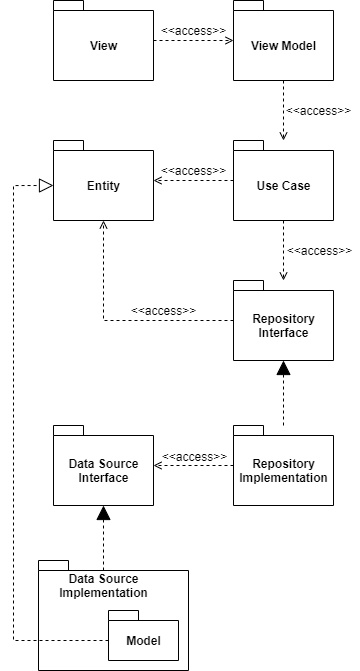
Before: docs/figuras/Diagrama de pacotes.png, a diagram exported from draw.io (Feggah/tcc). Source tidied: cells renumbered, new cells last; positions are measured from the earlier drawing's top-left corner, leaving out a move shared by most shapes. The source it was exported from:
```xml
<mxGraphModel>
  <root>
    <mxCell id="0" />
    <mxCell id="1" parent="0" />
    <mxCell id="2" style="edgeStyle=orthogonalEdgeStyle;rounded=0;jettySize=auto;html=1;dashed=1;endArrow=block;endFill=1;endSize=12;" parent="1" edge="1" source="4" target="20">
      <mxGeometry relative="1" as="geometry" />
    </mxCell>
    <mxCell id="3" style="edgeStyle=orthogonalEdgeStyle;rounded=0;jettySize=auto;html=1;dashed=1;endArrow=open;endFill=0;" parent="1" edge="1" source="4" target="5">
      <mxGeometry relative="1" as="geometry" />
    </mxCell>
    <mxCell id="4" value="Repository&lt;br&gt;Implementation" style="shape=folder;fontStyle=1;spacingTop=10;tabWidth=30;tabHeight=10;tabPosition=left;html=1;" parent="1" vertex="1">
      <mxGeometry x="220" y="425" width="100" height="80" as="geometry" />
    </mxCell>
    <mxCell id="5" value="Data Source&lt;br&gt;Interface" style="shape=folder;fontStyle=1;spacingTop=10;tabWidth=30;tabHeight=10;tabPosition=left;html=1;" parent="1" vertex="1">
      <mxGeometry x="40" y="425" width="100" height="80" as="geometry" />
    </mxCell>
    <mxCell id="6" style="shape=folder;fontStyle=1;spacingTop=10;tabWidth=30;tabHeight=10;tabPosition=left;html=1;" parent="1" vertex="1">
      <mxGeometry x="25" y="560" width="150" height="110" as="geometry" />
    </mxCell>
    <mxCell id="7" style="edgeStyle=orthogonalEdgeStyle;rounded=0;jettySize=auto;html=1;exitX=0;exitY=0;exitDx=0;exitDy=30;exitPerimeter=0;entryX=0;entryY=0;entryDx=0;entryDy=45;entryPerimeter=0;dashed=1;startArrow=none;startFill=0;endArrow=block;endFill=0;endSize=12;startSize=8;" parent="1" edge="1" source="8" target="18">
      <mxGeometry relative="1" as="geometry">
        <Array as="points">
          <mxPoint y="640" />
          <mxPoint y="185" />
        </Array>
      </mxGeometry>
    </mxCell>
    <mxCell id="8" value="Model" style="shape=folder;fontStyle=1;spacingTop=10;tabWidth=30;tabHeight=10;tabPosition=left;html=1;" parent="1" vertex="1">
      <mxGeometry x="95" y="610" width="70" height="50" as="geometry" />
    </mxCell>
    <mxCell id="9" style="edgeStyle=orthogonalEdgeStyle;rounded=0;jettySize=auto;html=1;dashed=1;endSize=12;endArrow=block;endFill=1;" parent="1" edge="1" source="10" target="5">
      <mxGeometry relative="1" as="geometry" />
    </mxCell>
    <mxCell id="10" value="&lt;b&gt;Data Source&lt;br&gt;Implementation&lt;/b&gt;" style="text;html=1;align=center;verticalAlign=middle;points=[];strokeColor=none;" parent="1" vertex="1">
      <mxGeometry x="40" y="570" width="100" height="30" as="geometry" />
    </mxCell>
    <mxCell id="11" style="edgeStyle=orthogonalEdgeStyle;rounded=0;jettySize=auto;html=1;dashed=1;endArrow=open;endFill=0;" parent="1" edge="1" source="12" target="14">
      <mxGeometry relative="1" as="geometry" />
    </mxCell>
    <mxCell id="12" value="View" style="shape=folder;fontStyle=1;spacingTop=10;tabWidth=30;tabHeight=10;tabPosition=left;html=1;" parent="1" vertex="1">
      <mxGeometry x="40" width="100" height="80" as="geometry" />
    </mxCell>
    <mxCell id="13" style="edgeStyle=orthogonalEdgeStyle;rounded=0;jettySize=auto;html=1;dashed=1;endArrow=open;endFill=0;" parent="1" edge="1" source="14" target="17">
      <mxGeometry relative="1" as="geometry" />
    </mxCell>
    <mxCell id="14" value="View Model" style="shape=folder;fontStyle=1;spacingTop=10;tabWidth=30;tabHeight=10;tabPosition=left;html=1;" parent="1" vertex="1">
      <mxGeometry x="220" width="100" height="80" as="geometry" />
    </mxCell>
    <mxCell id="15" style="edgeStyle=orthogonalEdgeStyle;rounded=0;jettySize=auto;html=1;dashed=1;endArrow=open;endFill=0;" parent="1" edge="1" source="17" target="18">
      <mxGeometry relative="1" as="geometry" />
    </mxCell>
    <mxCell id="16" style="edgeStyle=orthogonalEdgeStyle;rounded=0;jettySize=auto;html=1;dashed=1;endArrow=open;endFill=0;" parent="1" edge="1" source="17" target="20">
      <mxGeometry relative="1" as="geometry" />
    </mxCell>
    <mxCell id="17" value="Use Case" style="shape=folder;fontStyle=1;spacingTop=10;tabWidth=30;tabHeight=10;tabPosition=left;html=1;" parent="1" vertex="1">
      <mxGeometry x="220" y="140" width="100" height="80" as="geometry" />
    </mxCell>
    <mxCell id="18" value="Entity" style="shape=folder;fontStyle=1;spacingTop=10;tabWidth=30;tabHeight=10;tabPosition=left;html=1;" parent="1" vertex="1">
      <mxGeometry x="40" y="140" width="100" height="80" as="geometry" />
    </mxCell>
    <mxCell id="19" style="edgeStyle=orthogonalEdgeStyle;rounded=0;jettySize=auto;html=1;entryX=0.5;entryY=1;entryDx=0;entryDy=0;entryPerimeter=0;dashed=1;endArrow=open;endFill=0;" parent="1" edge="1" source="20" target="18">
      <mxGeometry relative="1" as="geometry" />
    </mxCell>
    <mxCell id="20" value="Repository&lt;br&gt;Interface" style="shape=folder;fontStyle=1;spacingTop=10;tabWidth=30;tabHeight=10;tabPosition=left;html=1;" parent="1" vertex="1">
      <mxGeometry x="220" y="280" width="100" height="80" as="geometry" />
    </mxCell>
    <mxCell id="21" value="&amp;lt;&amp;lt;access&amp;gt;&amp;gt;" style="text;html=1;align=center;verticalAlign=middle;strokeColor=none;" parent="1" vertex="1">
      <mxGeometry x="140" y="20" width="80" height="20" as="geometry" />
    </mxCell>
    <mxCell id="22" value="&amp;lt;&amp;lt;access&amp;gt;&amp;gt;" style="text;html=1;align=center;verticalAlign=middle;strokeColor=none;" parent="1" vertex="1">
      <mxGeometry x="265" y="100" width="80" height="20" as="geometry" />
    </mxCell>
    <mxCell id="23" value="&amp;lt;&amp;lt;access&amp;gt;&amp;gt;" style="text;html=1;align=center;verticalAlign=middle;strokeColor=none;" parent="1" vertex="1">
      <mxGeometry x="140" y="160" width="80" height="20" as="geometry" />
    </mxCell>
    <mxCell id="24" value="&amp;lt;&amp;lt;access&amp;gt;&amp;gt;" style="text;html=1;align=center;verticalAlign=middle;strokeColor=none;" parent="1" vertex="1">
      <mxGeometry x="110" y="300" width="80" height="20" as="geometry" />
    </mxCell>
    <mxCell id="25" value="&amp;lt;&amp;lt;access&amp;gt;&amp;gt;" style="text;html=1;align=center;verticalAlign=middle;strokeColor=none;" parent="1" vertex="1">
      <mxGeometry x="266" y="240" width="80" height="20" as="geometry" />
    </mxCell>
    <mxCell id="26" value="&amp;lt;&amp;lt;access&amp;gt;&amp;gt;" style="text;html=1;align=center;verticalAlign=middle;strokeColor=none;" parent="1" vertex="1">
      <mxGeometry x="141" y="446" width="80" height="20" as="geometry" />
    </mxCell>
  </root>
</mxGraphModel>
```
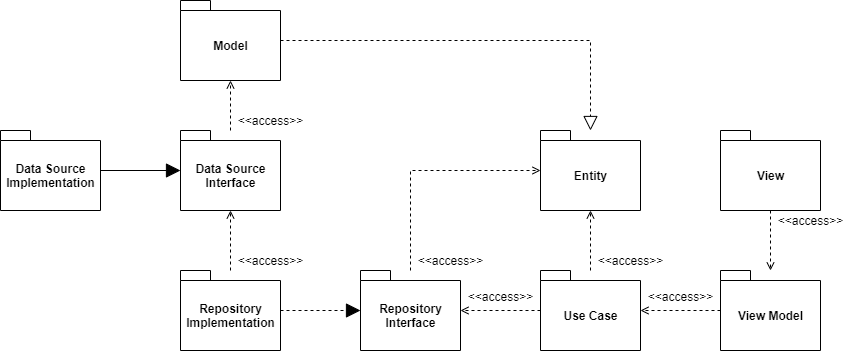
Above is the later version.

Diff of the diagram source:
```diff
@@ -3,84 +3,117 @@
     <mxCell id="0" />
     <mxCell id="1" parent="0" />
     <mxCell id="2" style="edgeStyle=orthogonalEdgeStyle;rounded=0;jettySize=auto;html=1;dashed=1;endArrow=block;endFill=1;endSize=12;" parent="1" edge="1" source="4" target="20">
-      <mxGeometry relative="1" as="geometry" />
+      <mxGeometry relative="1" as="geometry">
+        <Array as="points">
+          <mxPoint x="-130" y="180" />
+          <mxPoint x="-130" y="180" />
+        </Array>
+      </mxGeometry>
     </mxCell>
     <mxCell id="3" style="edgeStyle=orthogonalEdgeStyle;rounded=0;jettySize=auto;html=1;dashed=1;endArrow=open;endFill=0;" parent="1" edge="1" source="4" target="5">
-      <mxGeometry relative="1" as="geometry" />
+      <mxGeometry relative="1" as="geometry">
+        <Array as="points">
+          <mxPoint x="-260" y="110" />
+          <mxPoint x="-260" y="110" />
+        </Array>
+      </mxGeometry>
     </mxCell>
-    <mxCell id="4" value="Repository&lt;br&gt;Implementation" style="shape=folder;fontStyle=1;spacingTop=10;tabWidth=30;tabHeight=10;tabPosition=left;html=1;" parent="1" vertex="1">
-      <mxGeometry x="220" y="425" width="100" height="80" as="geometry" />
-    </mxCell>
-    <mxCell id="5" value="Data Source&lt;br&gt;Interface" style="shape=folder;fontStyle=1;spacingTop=10;tabWidth=30;tabHeight=10;tabPosition=left;html=1;" parent="1" vertex="1">
-      <mxGeometry x="40" y="425" width="100" height="80" as="geometry" />
-    </mxCell>
-    <mxCell id="6" style="shape=folder;fontStyle=1;spacingTop=10;tabWidth=30;tabHeight=10;tabPosition=left;html=1;" parent="1" vertex="1">
-      <mxGeometry x="25" y="560" width="150" height="110" as="geometry" />
-    </mxCell>
-    <mxCell id="7" style="edgeStyle=orthogonalEdgeStyle;rounded=0;jettySize=auto;html=1;exitX=0;exitY=0;exitDx=0;exitDy=30;exitPerimeter=0;entryX=0;entryY=0;entryDx=0;entryDy=45;entryPerimeter=0;dashed=1;startArrow=none;startFill=0;endArrow=block;endFill=0;endSize=12;startSize=8;" parent="1" edge="1" source="8" target="18">
-      <mxGeometry relative="1" as="geometry">
-        <Array as="points">
-          <mxPoint y="640" />
-          <mxPoint y="185" />
-        </Array>
-      </mxGeometry>
-    </mxCell>
-    <mxCell id="8" value="Model" style="shape=folder;fontStyle=1;spacingTop=10;tabWidth=30;tabHeight=10;tabPosition=left;html=1;" parent="1" vertex="1">
-      <mxGeometry x="95" y="610" width="70" height="50" as="geometry" />
-    </mxCell>
-    <mxCell id="9" style="edgeStyle=orthogonalEdgeStyle;rounded=0;jettySize=auto;html=1;dashed=1;endSize=12;endArrow=block;endFill=1;" parent="1" edge="1" source="10" target="5">
-      <mxGeometry relative="1" as="geometry" />
+    <mxCell id="9" style="edgeStyle=orthogonalEdgeStyle;rounded=0;jettySize=auto;html=1;endSize=12;endArrow=block;endFill=1;" parent="1" edge="1" source="10" target="5">
+      <mxGeometry relative="1" as="geometry">
+        <Array as="points">
+          <mxPoint x="-230" y="40" />
+        </Array>
+      </mxGeometry>
     </mxCell>
-    <mxCell id="10" value="&lt;b&gt;Data Source&lt;br&gt;Implementation&lt;/b&gt;" style="text;html=1;align=center;verticalAlign=middle;points=[];strokeColor=none;" parent="1" vertex="1">
-      <mxGeometry x="40" y="570" width="100" height="30" as="geometry" />
-    </mxCell>
     <mxCell id="11" style="edgeStyle=orthogonalEdgeStyle;rounded=0;jettySize=auto;html=1;dashed=1;endArrow=open;endFill=0;" parent="1" edge="1" source="12" target="14">
       <mxGeometry relative="1" as="geometry" />
     </mxCell>
     <mxCell id="12" value="View" style="shape=folder;fontStyle=1;spacingTop=10;tabWidth=30;tabHeight=10;tabPosition=left;html=1;" parent="1" vertex="1">
-      <mxGeometry x="40" width="100" height="80" as="geometry" />
+      <mxGeometry x="230" width="100" height="80" as="geometry" />
     </mxCell>
     <mxCell id="13" style="edgeStyle=orthogonalEdgeStyle;rounded=0;jettySize=auto;html=1;dashed=1;endArrow=open;endFill=0;" parent="1" edge="1" source="14" target="17">
-      <mxGeometry relative="1" as="geometry" />
+      <mxGeometry relative="1" as="geometry">
+        <Array as="points">
+          <mxPoint x="270" y="190" />
+        </Array>
+      </mxGeometry>
     </mxCell>
     <mxCell id="14" value="View Model" style="shape=folder;fontStyle=1;spacingTop=10;tabWidth=30;tabHeight=10;tabPosition=left;html=1;" parent="1" vertex="1">
-      <mxGeometry x="220" width="100" height="80" as="geometry" />
+      <mxGeometry x="230" y="140" width="100" height="80" as="geometry" />
     </mxCell>
     <mxCell id="15" style="edgeStyle=orthogonalEdgeStyle;rounded=0;jettySize=auto;html=1;dashed=1;endArrow=open;endFill=0;" parent="1" edge="1" source="17" target="18">
       <mxGeometry relative="1" as="geometry" />
     </mxCell>
     <mxCell id="16" style="edgeStyle=orthogonalEdgeStyle;rounded=0;jettySize=auto;html=1;dashed=1;endArrow=open;endFill=0;" parent="1" edge="1" source="17" target="20">
-      <mxGeometry relative="1" as="geometry" />
+      <mxGeometry relative="1" as="geometry">
+        <Array as="points">
+          <mxPoint x="10" y="180" />
+          <mxPoint x="10" y="180" />
+        </Array>
+      </mxGeometry>
     </mxCell>
     <mxCell id="17" value="Use Case" style="shape=folder;fontStyle=1;spacingTop=10;tabWidth=30;tabHeight=10;tabPosition=left;html=1;" parent="1" vertex="1">
-      <mxGeometry x="220" y="140" width="100" height="80" as="geometry" />
+      <mxGeometry x="50" y="140" width="100" height="80" as="geometry" />
     </mxCell>
     <mxCell id="18" value="Entity" style="shape=folder;fontStyle=1;spacingTop=10;tabWidth=30;tabHeight=10;tabPosition=left;html=1;" parent="1" vertex="1">
-      <mxGeometry x="40" y="140" width="100" height="80" as="geometry" />
+      <mxGeometry x="50" width="100" height="80" as="geometry" />
     </mxCell>
-    <mxCell id="19" style="edgeStyle=orthogonalEdgeStyle;rounded=0;jettySize=auto;html=1;entryX=0.5;entryY=1;entryDx=0;entryDy=0;entryPerimeter=0;dashed=1;endArrow=open;endFill=0;" parent="1" edge="1" source="20" target="18">
-      <mxGeometry relative="1" as="geometry" />
+    <mxCell id="19" style="edgeStyle=orthogonalEdgeStyle;rounded=0;jettySize=auto;html=1;dashed=1;endArrow=open;endFill=0;" parent="1" edge="1" source="20" target="18">
+      <mxGeometry relative="1" as="geometry">
+        <Array as="points">
+          <mxPoint x="-80" y="40" />
+        </Array>
+      </mxGeometry>
     </mxCell>
     <mxCell id="20" value="Repository&lt;br&gt;Interface" style="shape=folder;fontStyle=1;spacingTop=10;tabWidth=30;tabHeight=10;tabPosition=left;html=1;" parent="1" vertex="1">
-      <mxGeometry x="220" y="280" width="100" height="80" as="geometry" />
+      <mxGeometry x="-130" y="140" width="100" height="80" as="geometry" />
     </mxCell>
     <mxCell id="21" value="&amp;lt;&amp;lt;access&amp;gt;&amp;gt;" style="text;html=1;align=center;verticalAlign=middle;strokeColor=none;" parent="1" vertex="1">
-      <mxGeometry x="140" y="20" width="80" height="20" as="geometry" />
+      <mxGeometry x="-30" y="156" width="80" height="20" as="geometry" />
     </mxCell>
     <mxCell id="22" value="&amp;lt;&amp;lt;access&amp;gt;&amp;gt;" style="text;html=1;align=center;verticalAlign=middle;strokeColor=none;" parent="1" vertex="1">
-      <mxGeometry x="265" y="100" width="80" height="20" as="geometry" />
+      <mxGeometry x="280" y="80" width="80" height="20" as="geometry" />
     </mxCell>
     <mxCell id="23" value="&amp;lt;&amp;lt;access&amp;gt;&amp;gt;" style="text;html=1;align=center;verticalAlign=middle;strokeColor=none;" parent="1" vertex="1">
-      <mxGeometry x="140" y="160" width="80" height="20" as="geometry" />
+      <mxGeometry x="100" y="120" width="80" height="20" as="geometry" />
     </mxCell>
-    <mxCell id="24" value="&amp;lt;&amp;lt;access&amp;gt;&amp;gt;" style="text;html=1;align=center;verticalAlign=middle;strokeColor=none;" parent="1" vertex="1">
-      <mxGeometry x="110" y="300" width="80" height="20" as="geometry" />
-    </mxCell>
     <mxCell id="25" value="&amp;lt;&amp;lt;access&amp;gt;&amp;gt;" style="text;html=1;align=center;verticalAlign=middle;strokeColor=none;" parent="1" vertex="1">
-      <mxGeometry x="266" y="240" width="80" height="20" as="geometry" />
+      <mxGeometry x="-80" y="120" width="80" height="20" as="geometry" />
     </mxCell>
     <mxCell id="26" value="&amp;lt;&amp;lt;access&amp;gt;&amp;gt;" style="text;html=1;align=center;verticalAlign=middle;strokeColor=none;" parent="1" vertex="1">
-      <mxGeometry x="141" y="446" width="80" height="20" as="geometry" />
+      <mxGeometry x="-260" y="-20" width="80" height="20" as="geometry" />
     </mxCell>
+    <mxCell id="7" style="edgeStyle=orthogonalEdgeStyle;rounded=0;jettySize=auto;html=1;dashed=1;endSize=12;endArrow=block;endFill=0;" parent="1" edge="1" source="8" target="18">
+      <mxGeometry relative="1" as="geometry">
+        <Array as="points">
+          <mxPoint x="100" y="-90" />
+        </Array>
+      </mxGeometry>
+    </mxCell>
+    <mxCell id="8" value="Model" style="shape=folder;fontStyle=1;spacingTop=10;tabWidth=30;tabHeight=10;tabPosition=left;html=1;" parent="1" vertex="1">
+      <mxGeometry x="-310" y="-130" width="100" height="80" as="geometry" />
+    </mxCell>
+    <mxCell id="5" value="Data Source&lt;br&gt;Interface" style="shape=folder;fontStyle=1;spacingTop=10;tabWidth=30;tabHeight=10;tabPosition=left;html=1;" parent="1" vertex="1">
+      <mxGeometry x="-310" width="100" height="80" as="geometry" />
+    </mxCell>
+    <mxCell id="10" value="Data Source&lt;br&gt;Implementation" style="shape=folder;fontStyle=1;spacingTop=10;tabWidth=30;tabHeight=10;tabPosition=left;html=1;" parent="1" vertex="1">
+      <mxGeometry x="-490" width="100" height="80" as="geometry" />
+    </mxCell>
+    <mxCell id="27" style="edgeStyle=orthogonalEdgeStyle;rounded=0;jettySize=auto;html=1;dashed=1;endArrow=open;endFill=0;" parent="1" edge="1" source="5" target="8">
+      <mxGeometry relative="1" as="geometry">
+        <Array as="points">
+          <mxPoint x="-260" y="-90" />
+        </Array>
+      </mxGeometry>
+    </mxCell>
+    <mxCell id="28" value="&amp;lt;&amp;lt;access&amp;gt;&amp;gt;" style="text;html=1;align=center;verticalAlign=middle;strokeColor=none;" parent="1" vertex="1">
+      <mxGeometry x="-260" y="120" width="80" height="20" as="geometry" />
+    </mxCell>
+    <mxCell id="29" value="&amp;lt;&amp;lt;access&amp;gt;&amp;gt;" style="text;html=1;align=center;verticalAlign=middle;strokeColor=none;" parent="1" vertex="1">
+      <mxGeometry x="150" y="156" width="80" height="20" as="geometry" />
+    </mxCell>
+    <mxCell id="4" value="Repository&lt;br&gt;Implementation" style="shape=folder;fontStyle=1;spacingTop=10;tabWidth=30;tabHeight=10;tabPosition=left;html=1;" parent="1" vertex="1">
+      <mxGeometry x="-310" y="140" width="100" height="80" as="geometry" />
+    </mxCell>
   </root>
 </mxGraphModel>
```
